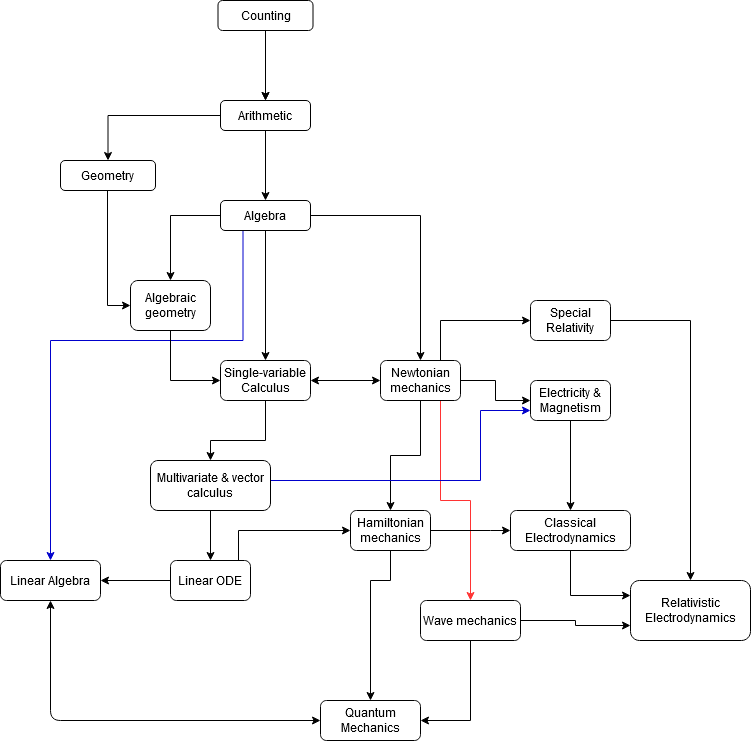
Earlier version of the draw.io export folder/Knowledge tech tree.png (MangledPotat0/knowledge_tech_tree). Source tidied: cells renumbered, new cells last; positions are measured from the earlier drawing's top-left corner, leaving out a move shared by most shapes.
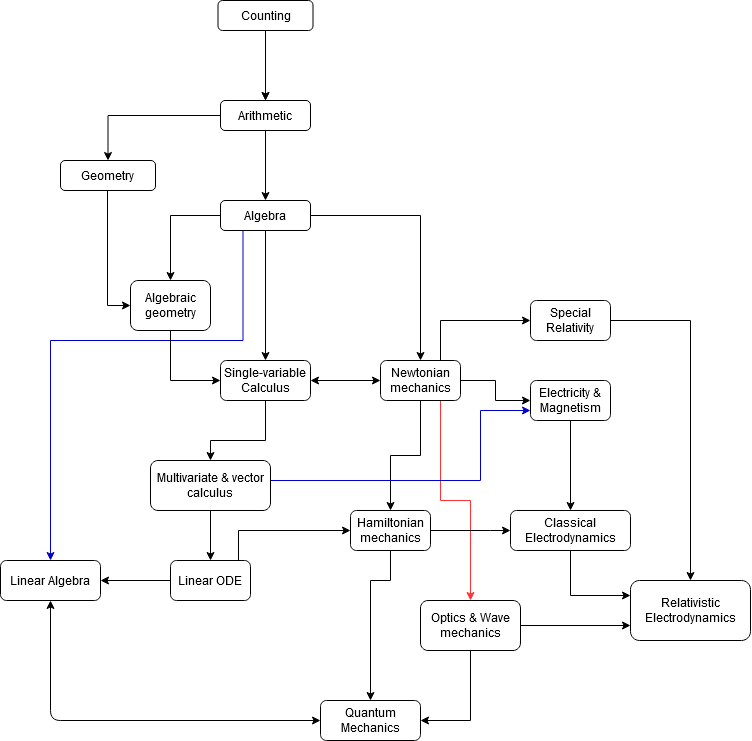
Above is the later version.

Diff of the diagram source:
```diff
@@ -183,8 +183,8 @@
     <mxCell id="44" style="edgeStyle=orthogonalEdgeStyle;rounded=0;jettySize=auto;html=1;entryX=1;entryY=0.5;entryDx=0;entryDy=0;strokeColor=#000000;" parent="1" edge="1" source="45" target="36">
       <mxGeometry relative="1" as="geometry" />
     </mxCell>
-    <mxCell id="45" value="Wave mechanics" style="rounded=1;whiteSpace=wrap;html=1;" parent="1" vertex="1">
-      <mxGeometry x="420" y="600" width="100" height="40" as="geometry" />
+    <mxCell id="45" value="Optics &amp;amp; Wave mechanics" style="rounded=1;whiteSpace=wrap;html=1;" parent="1" vertex="1">
+      <mxGeometry x="420" y="600" width="100" height="50" as="geometry" />
     </mxCell>
     <mxCell id="46" value="Relativistic Electrodynamics" style="rounded=1;whiteSpace=wrap;html=1;" parent="1" vertex="1">
       <mxGeometry x="630" y="580" width="120" height="60" as="geometry" />
```
